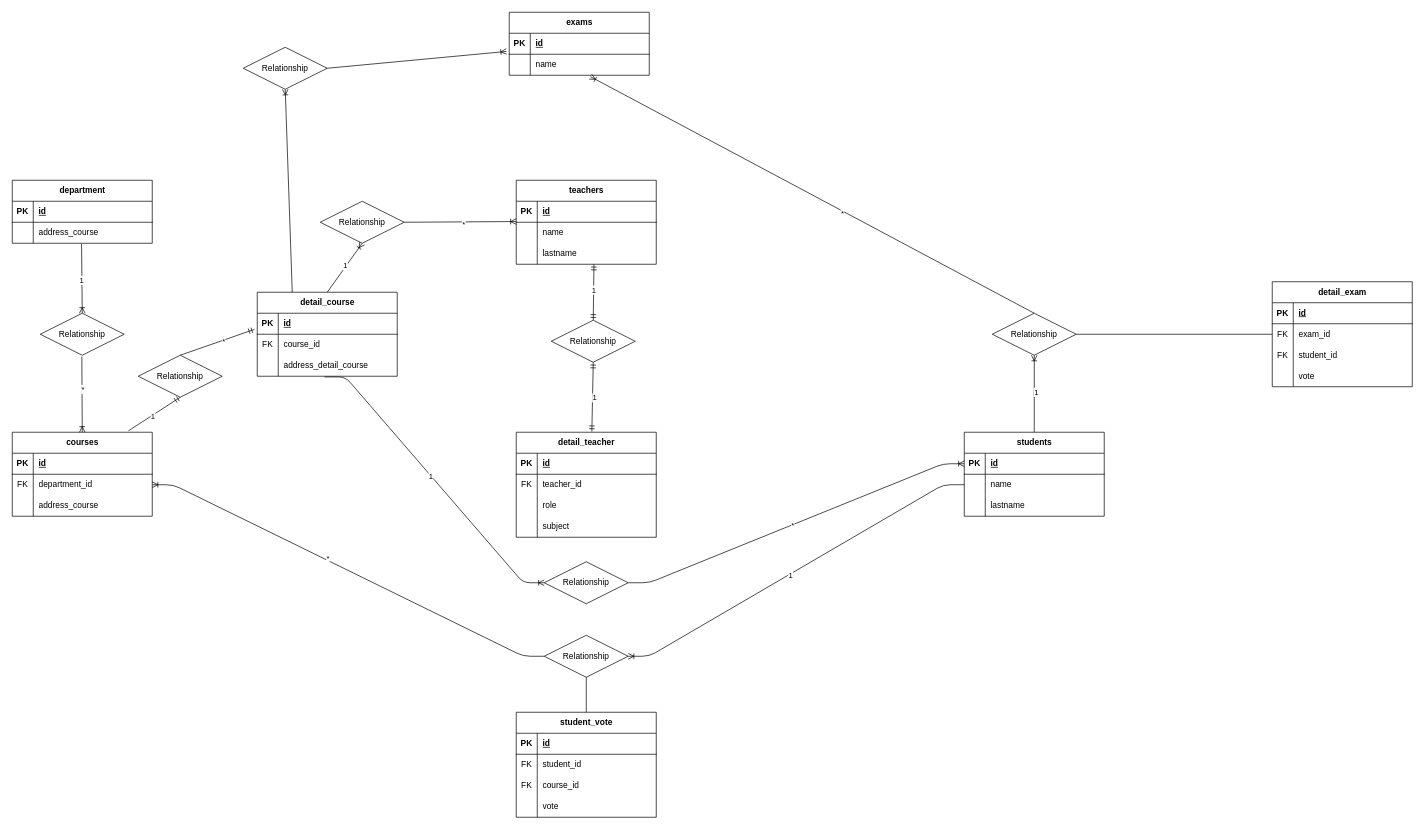
The draw.io diagram university-scheme.drawio in nicoladomingorizzo/db-university, before the edit. Source tidied: cells renumbered, new cells numbered last; positions are measured from the earlier drawing's top-left corner, leaving out a move shared by most shapes. Both pictures are drawn from the tidied source at 70%, with x=0, y=0 at pixel (12, 12).
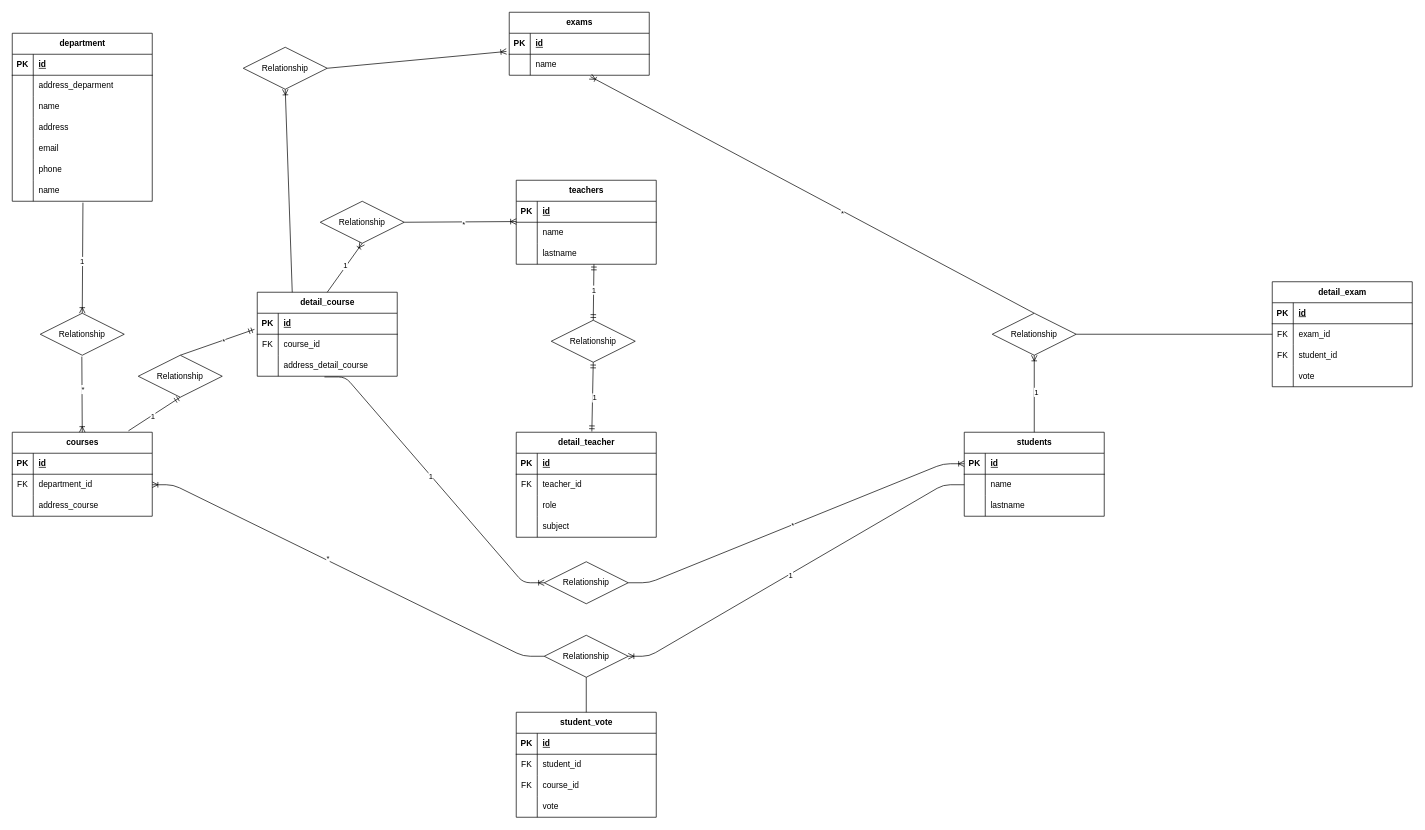
The same diagram, later.

Commit message (it also covers changes not shown here):
Update README and university scheme diagram to include additional fields for departments and courses

The change refers to these unchanged cells:
```xml
<mxCell id="6" style="shape=tableRow;horizontal=0;startSize=0;swimlaneHead=0;swimlaneBody=0;fillColor=none;points=[[0,0.5],[1,0.5]];portConstraint=eastwest;top=0;left=0;right=0;bottom=0;" parent="2" vertex="1">
  <mxGeometry y="60" width="200" height="30" as="geometry" />
</mxCell>
<mxCell id="99" value="Relationship" style="shape=rhombus;perimeter=rhombusPerimeter;whiteSpace=wrap;html=1;align=center;" parent="1" vertex="1">
  <mxGeometry x="40" y="430" width="120" height="60" as="geometry" />
</mxCell>
```

Change to the diagram source:
```diff
@@
     <mxCell id="2" value="department" style="shape=table;startSize=30;childLayout=tableLayout;rowLines=0;fontStyle=1;align=center;html=1;" parent="1" vertex="1">
-      <mxGeometry y="240" width="200" height="90" as="geometry" />
+      <mxGeometry y="30" width="200" height="240" as="geometry" />
     </mxCell>
@@
-    <mxCell id="8" value="address_course" style="shape=partialRectangle;fillColor=none;top=0;left=0;bottom=0;right=0;align=left;spacingLeft=6;overflow=hidden;whiteSpace=wrap;html=1;" parent="6" vertex="1">
+    <mxCell id="8" value="address_deparment" style="shape=partialRectangle;fillColor=none;top=0;left=0;bottom=0;right=0;align=left;spacingLeft=6;overflow=hidden;whiteSpace=wrap;html=1;" parent="6" vertex="1">
       <mxGeometry x="30" width="170" height="30" as="geometry" />
     </mxCell>
+    <mxCell id="135" style="shape=tableRow;horizontal=0;startSize=0;swimlaneHead=0;swimlaneBody=0;fillColor=none;top=0;left=0;right=0;bottom=0;" parent="2" vertex="1">
+      <mxGeometry y="90" width="200" height="30" as="geometry" />
+    </mxCell>
+    <mxCell id="136" style="shape=partialRectangle;fillColor=none;top=0;left=0;bottom=0;right=0;overflow=hidden;whiteSpace=wrap;html=1;" parent="135" vertex="1">
+      <mxGeometry width="30" height="30" as="geometry" />
+    </mxCell>
+    <mxCell id="137" value="name" style="shape=partialRectangle;fillColor=none;top=0;left=0;bottom=0;right=0;align=left;spacingLeft=6;overflow=hidden;whiteSpace=wrap;html=1;" parent="135" vertex="1">
+      <mxGeometry x="30" width="170" height="30" as="geometry" />
+    </mxCell>
+    <mxCell id="138" style="shape=tableRow;horizontal=0;startSize=0;swimlaneHead=0;swimlaneBody=0;fillColor=none;top=0;left=0;right=0;bottom=0;" parent="2" vertex="1">
+      <mxGeometry y="120" width="200" height="30" as="geometry" />
+    </mxCell>
+    <mxCell id="139" style="shape=partialRectangle;fillColor=none;top=0;left=0;bottom=0;right=0;overflow=hidden;whiteSpace=wrap;html=1;" parent="138" vertex="1">
+      <mxGeometry width="30" height="30" as="geometry" />
+    </mxCell>
+    <mxCell id="140" value="address" style="shape=partialRectangle;fillColor=none;top=0;left=0;bottom=0;right=0;align=left;spacingLeft=6;overflow=hidden;whiteSpace=wrap;html=1;" parent="138" vertex="1">
+      <mxGeometry x="30" width="170" height="30" as="geometry" />
+    </mxCell>
+    <mxCell id="141" style="shape=tableRow;horizontal=0;startSize=0;swimlaneHead=0;swimlaneBody=0;fillColor=none;top=0;left=0;right=0;bottom=0;" parent="2" vertex="1">
+      <mxGeometry y="150" width="200" height="30" as="geometry" />
+    </mxCell>
+    <mxCell id="142" style="shape=partialRectangle;fillColor=none;top=0;left=0;bottom=0;right=0;overflow=hidden;whiteSpace=wrap;html=1;" parent="141" vertex="1">
+      <mxGeometry width="30" height="30" as="geometry" />
+    </mxCell>
+    <mxCell id="143" value="email" style="shape=partialRectangle;fillColor=none;top=0;left=0;bottom=0;right=0;align=left;spacingLeft=6;overflow=hidden;whiteSpace=wrap;html=1;" parent="141" vertex="1">
+      <mxGeometry x="30" width="170" height="30" as="geometry" />
+    </mxCell>
+    <mxCell id="144" style="shape=tableRow;horizontal=0;startSize=0;swimlaneHead=0;swimlaneBody=0;fillColor=none;top=0;left=0;right=0;bottom=0;" parent="2" vertex="1">
+      <mxGeometry y="180" width="200" height="30" as="geometry" />
+    </mxCell>
+    <mxCell id="145" style="shape=partialRectangle;fillColor=none;top=0;left=0;bottom=0;right=0;overflow=hidden;whiteSpace=wrap;html=1;" parent="144" vertex="1">
+      <mxGeometry width="30" height="30" as="geometry" />
+    </mxCell>
+    <mxCell id="146" value="phone" style="shape=partialRectangle;fillColor=none;top=0;left=0;bottom=0;right=0;align=left;spacingLeft=6;overflow=hidden;whiteSpace=wrap;html=1;" parent="144" vertex="1">
+      <mxGeometry x="30" width="170" height="30" as="geometry" />
+    </mxCell>
+    <mxCell id="147" style="shape=tableRow;horizontal=0;startSize=0;swimlaneHead=0;swimlaneBody=0;fillColor=none;points=[[0,0.5],[1,0.5]];portConstraint=eastwest;top=0;left=0;right=0;bottom=0;" parent="2" vertex="1">
+      <mxGeometry y="210" width="200" height="30" as="geometry" />
+    </mxCell>
+    <mxCell id="148" style="shape=partialRectangle;fillColor=none;top=0;left=0;bottom=0;right=0;overflow=hidden;whiteSpace=wrap;html=1;" parent="147" vertex="1">
+      <mxGeometry width="30" height="30" as="geometry" />
+    </mxCell>
+    <mxCell id="149" value="name" style="shape=partialRectangle;fillColor=none;top=0;left=0;bottom=0;right=0;align=left;spacingLeft=6;overflow=hidden;whiteSpace=wrap;html=1;" parent="147" vertex="1">
+      <mxGeometry x="30" width="170" height="30" as="geometry" />
+    </mxCell>
@@
-    <mxCell id="97" style="fontSize=12;html=1;endArrow=ERoneToMany;exitX=0.495;exitY=1.033;exitDx=0;exitDy=0;exitPerimeter=0;entryX=0.5;entryY=0;entryDx=0;entryDy=0;" parent="1" edge="1" source="6" target="99">
+    <mxCell id="97" style="fontSize=12;html=1;endArrow=ERoneToMany;entryX=0.5;entryY=0;entryDx=0;entryDy=0;exitX=0.505;exitY=1.067;exitDx=0;exitDy=0;exitPerimeter=0;" parent="1" edge="1" source="147" target="99">
       <mxGeometry relative="1" as="geometry" />
     </mxCell>
```
